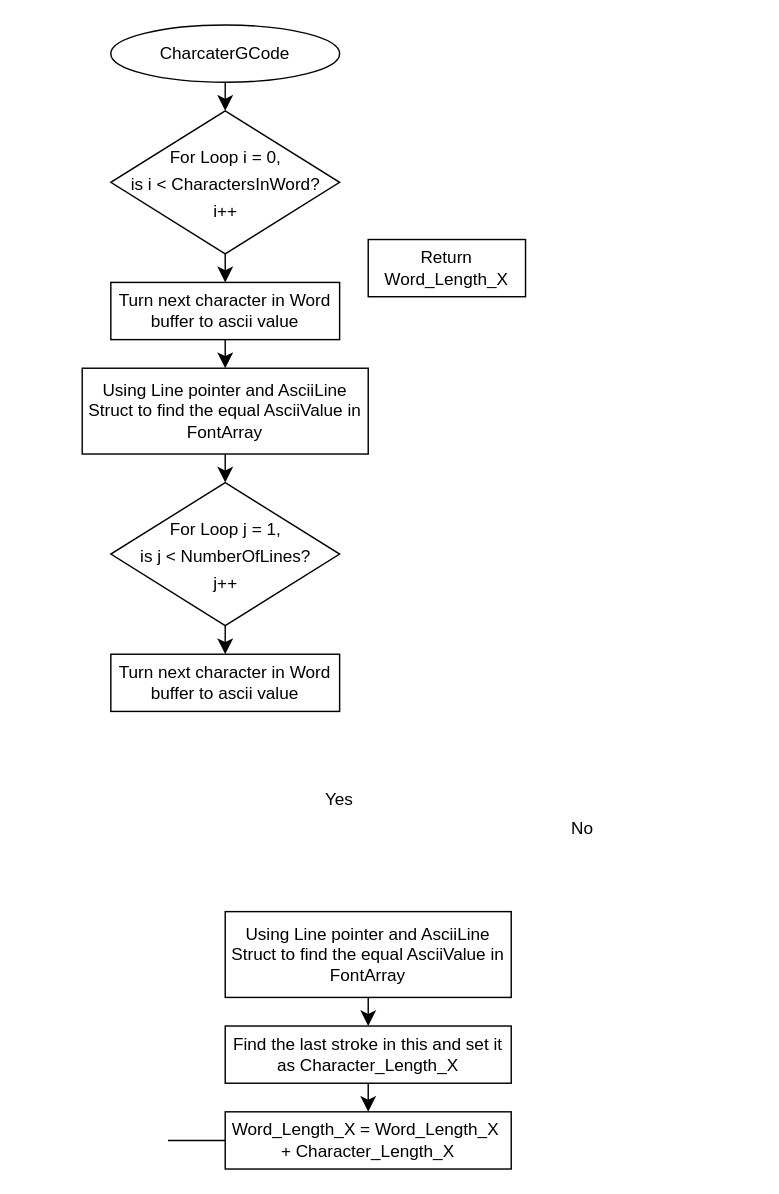
egycf7/Drawing-Robot keeps this draw.io diagram as page "Page-7" (7 of 8) of RW25CompletedCodeAndSystemManual/Flow Charts For Final Submission/LoadDataFlowChart.drawio. Above is the earlier version. Source tidied: cells renumbered, new cells numbered last; positions are measured from the earlier drawing's top-left corner, leaving out a move shared by most shapes. Both pictures are drawn from the tidied source at 143%, with x=0, y=0 at pixel (82, 24).
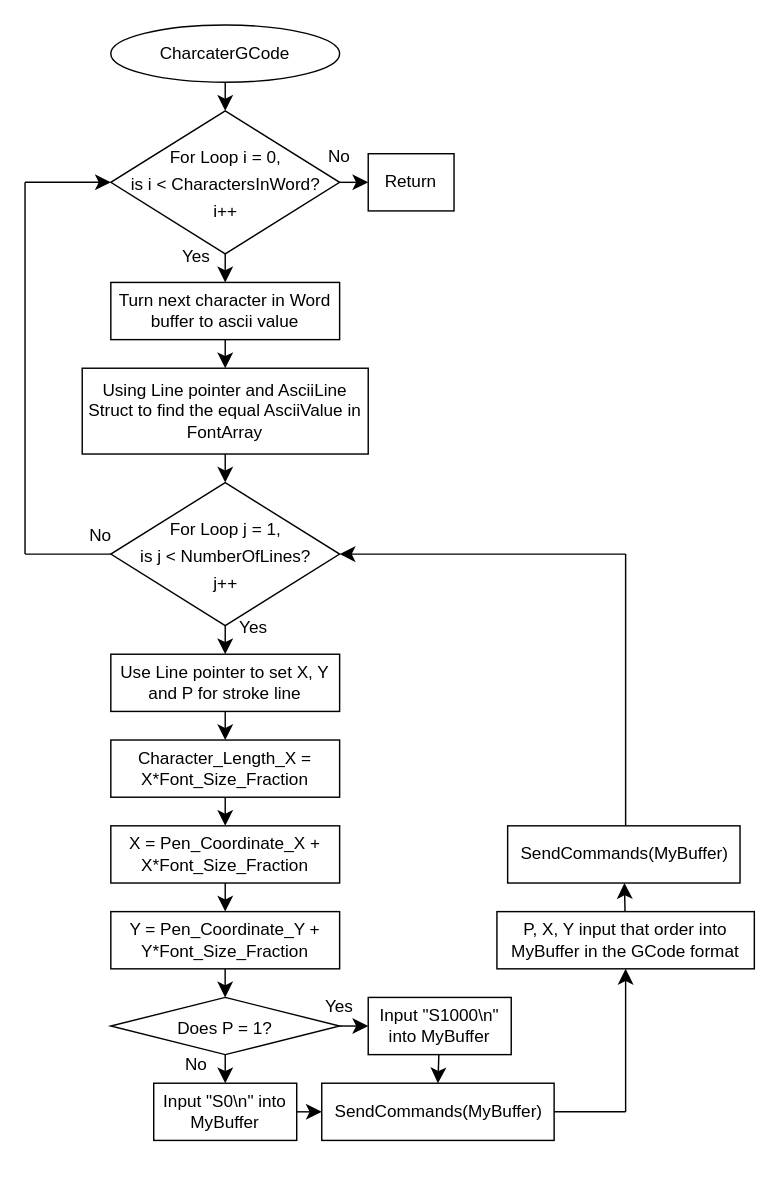
Above is the later version.

Commit message (it also covers changes not shown here):
Adding an error for word longer than 100mm

Unchanged cells that the change refers to:
```xml
<mxCell id="3" style="rhombus;whiteSpace=wrap;html=1;" parent="1" vertex="1">
  <mxGeometry x="20" y="60" width="160" height="100" as="geometry" />
</mxCell>
<mxCell id="22" style="rhombus;whiteSpace=wrap;html=1;" parent="1" vertex="1">
  <mxGeometry x="20" y="320" width="160" height="100" as="geometry" />
</mxCell>
```

The edit, as a diff of the source:
```diff
@@
+    <mxCell id="24" style="edgeStyle=none;curved=1;rounded=0;jettySize=auto;html=1;fontSize=12;startSize=8;endSize=8;" parent="1" edge="1" source="3">
+      <mxGeometry relative="1" as="geometry">
+        <mxPoint x="200" y="110" as="targetPoint" />
+      </mxGeometry>
+    </mxCell>
@@
-    <mxCell id="5" style="edgeStyle=none;curved=1;rounded=0;jettySize=auto;html=1;fontSize=12;startSize=8;endSize=8;" parent="1" edge="1" source="6">
-      <mxGeometry relative="1" as="geometry">
-        <mxPoint x="200" y="700" as="targetPoint" />
-      </mxGeometry>
-    </mxCell>
-    <mxCell id="6" value="Using Line pointer and AsciiLine Struct to find the equal AsciiValue in FontArray" style="rounded=0;whiteSpace=wrap;html=1;" parent="1" vertex="1">
-      <mxGeometry x="100" y="620" width="200" height="60" as="geometry" />
-    </mxCell>
     <mxCell id="7" value="&lt;span style=&quot;font-size: 12px;&quot;&gt;Yes&lt;/span&gt;" style="text;strokeColor=none;fillColor=none;html=1;align=center;verticalAlign=middle;whiteSpace=wrap;rounded=0;fontSize=16;" parent="1" vertex="1">
-      <mxGeometry x="160" y="530" width="40" height="20" as="geometry" />
+      <mxGeometry x="100" y="410" width="40" height="20" as="geometry" />
     </mxCell>
-    <mxCell id="8" value="Return Word_Length_X" style="rounded=0;whiteSpace=wrap;html=1;" parent="1" vertex="1">
-      <mxGeometry x="200" y="150" width="110" height="40" as="geometry" />
+    <mxCell id="8" value="Return" style="rounded=0;whiteSpace=wrap;html=1;" parent="1" vertex="1">
+      <mxGeometry x="200" y="90" width="60" height="40" as="geometry" />
     </mxCell>
@@
+    <mxCell id="25" style="edgeStyle=none;curved=1;rounded=0;jettySize=auto;html=1;entryX=0.5;entryY=0;entryDx=0;entryDy=0;fontSize=12;startSize=8;endSize=8;" parent="1" edge="1" source="11" target="27">
+      <mxGeometry relative="1" as="geometry" />
+    </mxCell>
-    <mxCell id="11" value="Turn next character in Word buffer to ascii value" style="rounded=0;whiteSpace=wrap;html=1;" parent="1" vertex="1">
+    <mxCell id="11" value="Use Line pointer to set X, Y and P for stroke line" style="rounded=0;whiteSpace=wrap;html=1;" parent="1" vertex="1">
       <mxGeometry x="20" y="440" width="160" height="40" as="geometry" />
     </mxCell>
-    <mxCell id="12" style="edgeStyle=none;curved=1;rounded=0;jettySize=auto;html=1;fontSize=12;startSize=8;endSize=8;" parent="1" edge="1" source="13">
-      <mxGeometry relative="1" as="geometry">
-        <mxPoint x="200" y="760" as="targetPoint" />
-      </mxGeometry>
-    </mxCell>
-    <mxCell id="13" value="Find the last stroke in this and set it as Character_Length_X" style="rounded=0;whiteSpace=wrap;html=1;" parent="1" vertex="1">
-      <mxGeometry x="100" y="700" width="200" height="40" as="geometry" />
-    </mxCell>
-    <mxCell id="14" value="Word_Length_X =&amp;nbsp;&lt;span style=&quot;background-color: transparent; color: light-dark(rgb(0, 0, 0), rgb(255, 255, 255));&quot;&gt;Word_Length_X&amp;nbsp;&lt;/span&gt;&lt;div&gt;&lt;span style=&quot;background-color: transparent; color: light-dark(rgb(0, 0, 0), rgb(255, 255, 255));&quot;&gt;+ Character_Length_X&lt;/span&gt;&lt;/div&gt;" style="rounded=0;whiteSpace=wrap;html=1;" parent="1" vertex="1">
-      <mxGeometry x="100" y="760" width="200" height="40" as="geometry" />
-    </mxCell>
-    <mxCell id="15" style="endArrow=none;html=1;rounded=0;fontSize=12;startSize=8;endSize=8;curved=1;entryX=0;entryY=0.5;entryDx=0;entryDy=0;" parent="1" edge="1" target="14">
-      <mxGeometry relative="1" as="geometry">
-        <mxPoint x="60" y="780" as="sourcePoint" />
-      </mxGeometry>
-    </mxCell>
     <mxCell id="16" value="&lt;font style=&quot;font-size: 12px;&quot;&gt;No&lt;/font&gt;" style="text;strokeColor=none;fillColor=none;html=1;align=center;verticalAlign=middle;whiteSpace=wrap;rounded=0;fontSize=16;" parent="1" vertex="1">
-      <mxGeometry x="330" y="550" width="40" height="20" as="geometry" />
+      <mxGeometry x="-7.5" y="350" width="40" height="10" as="geometry" />
     </mxCell>
@@
+    <mxCell id="26" style="edgeStyle=none;curved=1;rounded=0;jettySize=auto;html=1;entryX=0.5;entryY=0;entryDx=0;entryDy=0;fontSize=12;startSize=8;endSize=8;" parent="1" edge="1" source="27" target="29">
+      <mxGeometry relative="1" as="geometry" />
+    </mxCell>
+    <mxCell id="27" value="Character_Length_X =&lt;div&gt;X*Font_Size_Fraction&lt;/div&gt;" style="rounded=0;whiteSpace=wrap;html=1;" parent="1" vertex="1">
+      <mxGeometry x="20" y="500" width="160" height="40" as="geometry" />
+    </mxCell>
+    <mxCell id="28" style="edgeStyle=none;curved=1;rounded=0;jettySize=auto;html=1;entryX=0.5;entryY=0;entryDx=0;entryDy=0;fontSize=12;startSize=8;endSize=8;" parent="1" edge="1" source="29" target="31">
+      <mxGeometry relative="1" as="geometry" />
+    </mxCell>
+    <mxCell id="29" value="X = Pen_Coordinate_X + X*Font_Size_Fraction" style="rounded=0;whiteSpace=wrap;html=1;" parent="1" vertex="1">
+      <mxGeometry x="20" y="560" width="160" height="40" as="geometry" />
+    </mxCell>
+    <mxCell id="30" style="edgeStyle=none;curved=1;rounded=0;jettySize=auto;html=1;entryX=0.5;entryY=0;entryDx=0;entryDy=0;fontSize=12;startSize=8;endSize=8;" parent="1" edge="1" source="31" target="35">
+      <mxGeometry relative="1" as="geometry" />
+    </mxCell>
+    <mxCell id="31" value="Y = Pen_Coordinate_Y + Y*Font_Size_Fraction" style="rounded=0;whiteSpace=wrap;html=1;" parent="1" vertex="1">
+      <mxGeometry x="20" y="620" width="160" height="40" as="geometry" />
+    </mxCell>
+    <mxCell id="32" style="edgeStyle=none;curved=1;rounded=0;jettySize=auto;html=1;fontSize=12;startSize=8;endSize=8;" parent="1" edge="1" source="34">
+      <mxGeometry relative="1" as="geometry">
+        <mxPoint x="200" y="700" as="targetPoint" />
+      </mxGeometry>
+    </mxCell>
+    <mxCell id="33" style="edgeStyle=none;curved=1;rounded=0;jettySize=auto;html=1;entryX=0.5;entryY=0;entryDx=0;entryDy=0;fontSize=12;startSize=8;endSize=8;" parent="1" edge="1" source="34" target="39">
+      <mxGeometry relative="1" as="geometry" />
+    </mxCell>
+    <mxCell id="34" style="rhombus;whiteSpace=wrap;html=1;" parent="1" vertex="1">
+      <mxGeometry x="20" y="680" width="160" height="40" as="geometry" />
+    </mxCell>
+    <mxCell id="35" value="&lt;span style=&quot;font-size: 12px;&quot;&gt;Does P = 1?&lt;/span&gt;" style="text;strokeColor=none;fillColor=none;html=1;align=center;verticalAlign=middle;whiteSpace=wrap;rounded=0;fontSize=16;" parent="1" vertex="1">
+      <mxGeometry x="51.2" y="680" width="97.5" height="40" as="geometry" />
+    </mxCell>
+    <mxCell id="36" style="edgeStyle=none;curved=1;rounded=0;jettySize=auto;html=1;entryX=0.5;entryY=0;entryDx=0;entryDy=0;fontSize=12;startSize=8;endSize=8;" parent="1" edge="1" source="37" target="43">
+      <mxGeometry relative="1" as="geometry" />
+    </mxCell>
+    <mxCell id="37" value="Input &quot;S1000\n&quot; into MyBuffer" style="rounded=0;whiteSpace=wrap;html=1;" parent="1" vertex="1">
+      <mxGeometry x="200" y="680" width="100" height="40" as="geometry" />
+    </mxCell>
+    <mxCell id="38" style="edgeStyle=none;curved=1;rounded=0;jettySize=auto;html=1;fontSize=12;startSize=8;endSize=8;" parent="1" edge="1" source="39" target="43">
+      <mxGeometry relative="1" as="geometry" />
+    </mxCell>
+    <mxCell id="39" value="Input &quot;S0\n&quot; into MyBuffer" style="rounded=0;whiteSpace=wrap;html=1;" parent="1" vertex="1">
+      <mxGeometry x="50" y="740" width="100" height="40" as="geometry" />
+    </mxCell>
+    <mxCell id="40" style="endArrow=none;html=1;rounded=0;fontSize=12;startSize=8;endSize=8;curved=1;entryX=0;entryY=0.5;entryDx=0;entryDy=0;" parent="1" edge="1" target="22">
+      <mxGeometry relative="1" as="geometry">
+        <mxPoint x="-40" y="370" as="sourcePoint" />
+      </mxGeometry>
+    </mxCell>
+    <mxCell id="41" style="endArrow=none;html=1;rounded=0;fontSize=12;startSize=8;endSize=8;curved=1;" parent="1" edge="1">
+      <mxGeometry relative="1" as="geometry">
+        <mxPoint x="-40" y="370" as="sourcePoint" />
+        <mxPoint x="-40" y="110" as="targetPoint" />
+      </mxGeometry>
+    </mxCell>
+    <mxCell id="42" style="endArrow=classic;html=1;rounded=0;fontSize=12;startSize=8;endSize=8;curved=1;entryX=0;entryY=0.5;entryDx=0;entryDy=0;" parent="1" edge="1" target="3">
+      <mxGeometry relative="1" as="geometry">
+        <mxPoint x="-40" y="110" as="sourcePoint" />
+      </mxGeometry>
+    </mxCell>
+    <mxCell id="43" value="SendCommands(MyBuffer)" style="rounded=0;whiteSpace=wrap;html=1;" parent="1" vertex="1">
+      <mxGeometry x="167.5" y="740" width="162.5" height="40" as="geometry" />
+    </mxCell>
+    <mxCell id="44" value="SendCommands(MyBuffer)" style="rounded=0;whiteSpace=wrap;html=1;" parent="1" vertex="1">
+      <mxGeometry x="297.5" y="560" width="162.5" height="40" as="geometry" />
+    </mxCell>
+    <mxCell id="45" style="edgeStyle=none;curved=1;rounded=0;jettySize=auto;html=1;fontSize=12;startSize=8;endSize=8;" parent="1" edge="1" source="46" target="44">
+      <mxGeometry relative="1" as="geometry" />
+    </mxCell>
+    <mxCell id="46" value="P, X, Y input that order into MyBuffer in the GCode format" style="rounded=0;whiteSpace=wrap;html=1;" parent="1" vertex="1">
+      <mxGeometry x="290" y="620" width="180" height="40" as="geometry" />
+    </mxCell>
+    <mxCell id="47" style="endArrow=none;html=1;rounded=0;fontSize=12;startSize=8;endSize=8;curved=1;exitX=1;exitY=0.5;exitDx=0;exitDy=0;" parent="1" edge="1" source="43">
+      <mxGeometry relative="1" as="geometry">
+        <mxPoint x="380" y="760" as="targetPoint" />
+      </mxGeometry>
+    </mxCell>
+    <mxCell id="48" style="endArrow=classic;html=1;rounded=0;fontSize=12;startSize=8;endSize=8;curved=1;entryX=0.5;entryY=1;entryDx=0;entryDy=0;" parent="1" edge="1" target="46">
+      <mxGeometry relative="1" as="geometry">
+        <mxPoint x="380" y="760" as="sourcePoint" />
+      </mxGeometry>
+    </mxCell>
+    <mxCell id="49" value="&lt;span style=&quot;font-size: 12px;&quot;&gt;Yes&lt;/span&gt;" style="text;strokeColor=none;fillColor=none;html=1;align=center;verticalAlign=middle;whiteSpace=wrap;rounded=0;fontSize=16;" parent="1" vertex="1">
+      <mxGeometry x="60" y="150" width="40" height="20" as="geometry" />
+    </mxCell>
+    <mxCell id="50" value="&lt;font style=&quot;font-size: 12px;&quot;&gt;No&lt;/font&gt;" style="text;strokeColor=none;fillColor=none;html=1;align=center;verticalAlign=middle;whiteSpace=wrap;rounded=0;fontSize=16;" parent="1" vertex="1">
+      <mxGeometry x="160" y="80" width="40" height="20" as="geometry" />
+    </mxCell>
+    <mxCell id="51" value="&lt;span style=&quot;font-size: 12px;&quot;&gt;Yes&lt;/span&gt;" style="text;strokeColor=none;fillColor=none;html=1;align=center;verticalAlign=middle;whiteSpace=wrap;rounded=0;fontSize=16;" parent="1" vertex="1">
+      <mxGeometry x="160" y="680" width="40" height="10" as="geometry" />
+    </mxCell>
+    <mxCell id="52" value="&lt;font style=&quot;font-size: 12px;&quot;&gt;No&lt;/font&gt;" style="text;strokeColor=none;fillColor=none;html=1;align=center;verticalAlign=middle;whiteSpace=wrap;rounded=0;fontSize=16;" parent="1" vertex="1">
+      <mxGeometry x="60" y="720" width="40" height="10" as="geometry" />
+    </mxCell>
+    <mxCell id="53" style="endArrow=none;html=1;rounded=0;fontSize=12;startSize=8;endSize=8;curved=1;" parent="1" edge="1">
+      <mxGeometry relative="1" as="geometry">
+        <mxPoint x="380" y="370" as="sourcePoint" />
+        <mxPoint x="380" y="560" as="targetPoint" />
+      </mxGeometry>
+    </mxCell>
+    <mxCell id="54" style="endArrow=classic;html=1;rounded=0;fontSize=12;startSize=8;endSize=8;curved=1;entryX=1;entryY=0.5;entryDx=0;entryDy=0;" parent="1" edge="1" target="22">
+      <mxGeometry relative="1" as="geometry">
+        <mxPoint x="380" y="370" as="sourcePoint" />
+      </mxGeometry>
+    </mxCell>
```
